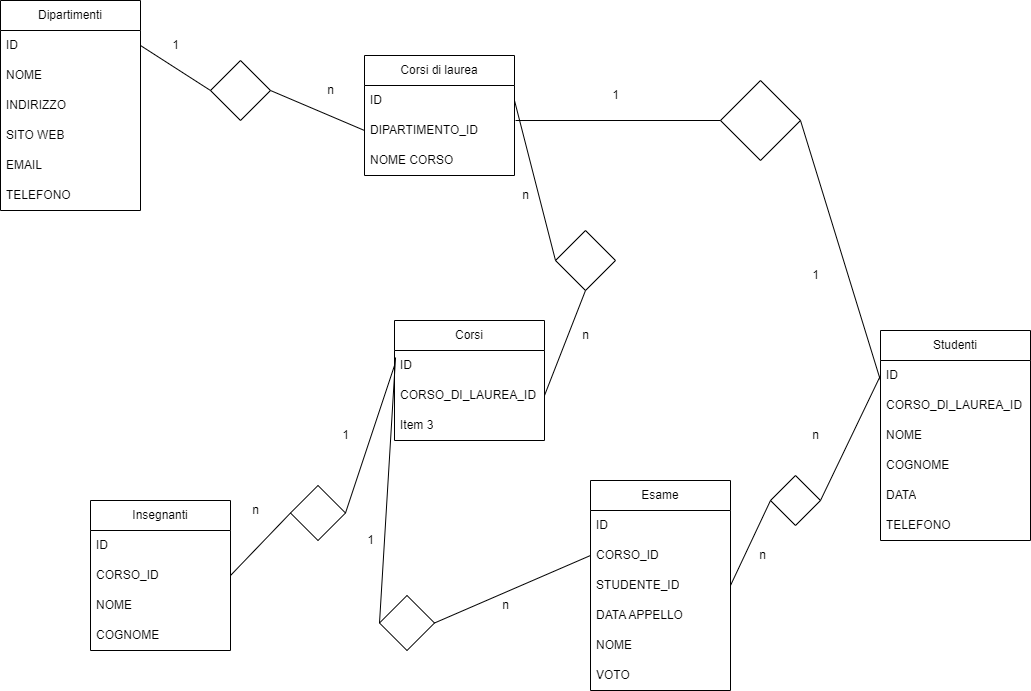
Before: db-universita.drawio.png, a diagram exported from draw.io (Frah01/db-university). Source tidied: cells renumbered, new cells last; positions are measured from the earlier drawing's top-left corner, leaving out a move shared by most shapes. The source it was exported from:
```xml
<mxGraphModel>
  <root>
    <mxCell id="0" />
    <mxCell id="1" parent="0" />
    <mxCell id="2" value="Dipartimenti" style="swimlane;fontStyle=0;horizontal=1;startSize=30;whiteSpace=wrap;html=1;" parent="1" vertex="1">
      <mxGeometry width="140" height="210" as="geometry" />
    </mxCell>
    <mxCell id="3" value="ID" style="text;strokeColor=none;fillColor=none;align=left;verticalAlign=middle;spacingLeft=4;spacingRight=4;overflow=hidden;points=[[0,0.5],[1,0.5]];portConstraint=eastwest;whiteSpace=wrap;html=1;" parent="2" vertex="1">
      <mxGeometry y="30" width="140" height="30" as="geometry" />
    </mxCell>
    <mxCell id="4" value="NOME" style="text;strokeColor=none;fillColor=none;align=left;verticalAlign=middle;spacingLeft=4;spacingRight=4;overflow=hidden;whiteSpace=wrap;html=1;" parent="2" vertex="1">
      <mxGeometry y="60" width="140" height="30" as="geometry" />
    </mxCell>
    <mxCell id="5" value="INDIRIZZO" style="text;strokeColor=none;fillColor=none;align=left;verticalAlign=middle;spacingLeft=4;spacingRight=4;overflow=hidden;whiteSpace=wrap;html=1;" parent="2" vertex="1">
      <mxGeometry y="90" width="140" height="30" as="geometry" />
    </mxCell>
    <mxCell id="6" value="SITO WEB" style="text;strokeColor=none;fillColor=none;align=left;verticalAlign=middle;spacingLeft=4;spacingRight=4;overflow=hidden;whiteSpace=wrap;html=1;" parent="2" vertex="1">
      <mxGeometry y="120" width="140" height="30" as="geometry" />
    </mxCell>
    <mxCell id="7" value="EMAIL" style="text;strokeColor=none;fillColor=none;align=left;verticalAlign=middle;spacingLeft=4;spacingRight=4;overflow=hidden;whiteSpace=wrap;html=1;" parent="2" vertex="1">
      <mxGeometry y="150" width="140" height="30" as="geometry" />
    </mxCell>
    <mxCell id="8" value="TELEFONO" style="text;strokeColor=none;fillColor=none;align=left;verticalAlign=middle;spacingLeft=4;spacingRight=4;overflow=hidden;whiteSpace=wrap;html=1;" parent="2" vertex="1">
      <mxGeometry y="180" width="140" height="30" as="geometry" />
    </mxCell>
    <mxCell id="9" value="Corsi di laurea" style="swimlane;fontStyle=0;horizontal=1;startSize=30;whiteSpace=wrap;html=1;" parent="1" vertex="1">
      <mxGeometry x="364" y="55" width="150" height="120" as="geometry" />
    </mxCell>
    <mxCell id="10" value="ID" style="text;strokeColor=none;fillColor=none;align=left;verticalAlign=middle;spacingLeft=4;spacingRight=4;overflow=hidden;points=[[0,0.5],[1,0.5]];portConstraint=eastwest;whiteSpace=wrap;html=1;" parent="9" vertex="1">
      <mxGeometry y="30" width="150" height="30" as="geometry" />
    </mxCell>
    <mxCell id="11" value="DIPARTIMENTO_ID" style="text;strokeColor=none;fillColor=none;align=left;verticalAlign=middle;spacingLeft=4;spacingRight=4;overflow=hidden;points=[[0,0.5],[1,0.5]];portConstraint=eastwest;whiteSpace=wrap;html=1;" parent="9" vertex="1">
      <mxGeometry y="60" width="150" height="30" as="geometry" />
    </mxCell>
    <mxCell id="12" value="NOME CORSO" style="text;strokeColor=none;fillColor=none;align=left;verticalAlign=middle;spacingLeft=4;spacingRight=4;overflow=hidden;whiteSpace=wrap;html=1;" parent="9" vertex="1">
      <mxGeometry y="90" width="150" height="30" as="geometry" />
    </mxCell>
    <mxCell id="13" style="rhombus;whiteSpace=wrap;html=1;" parent="1" vertex="1">
      <mxGeometry x="210" y="60" width="60" height="60" as="geometry" />
    </mxCell>
    <mxCell id="14" style="endArrow=none;html=1;rounded=0;entryX=0;entryY=0.5;entryDx=0;entryDy=0;exitX=1;exitY=0.5;exitDx=0;exitDy=0;" parent="1" edge="1" source="13" target="11">
      <mxGeometry relative="1" as="geometry" />
    </mxCell>
    <mxCell id="15" style="endArrow=none;html=1;rounded=0;entryX=0;entryY=0.5;entryDx=0;entryDy=0;exitX=1;exitY=0.5;exitDx=0;exitDy=0;" parent="1" edge="1" source="3" target="13">
      <mxGeometry relative="1" as="geometry" />
    </mxCell>
    <mxCell id="16" value="Corsi" style="swimlane;fontStyle=0;horizontal=1;startSize=30;whiteSpace=wrap;html=1;" parent="1" vertex="1">
      <mxGeometry x="394" y="320" width="150" height="120" as="geometry" />
    </mxCell>
    <mxCell id="17" value="ID" style="text;strokeColor=none;fillColor=none;align=left;verticalAlign=middle;spacingLeft=4;spacingRight=4;overflow=hidden;points=[[0,0.5],[1,0.5]];portConstraint=eastwest;whiteSpace=wrap;html=1;" parent="16" vertex="1">
      <mxGeometry y="30" width="150" height="30" as="geometry" />
    </mxCell>
    <mxCell id="18" value="CORSO_DI_LAUREA_ID" style="text;strokeColor=none;fillColor=none;align=left;verticalAlign=middle;spacingLeft=4;spacingRight=4;overflow=hidden;points=[[0,0.5],[1,0.5]];portConstraint=eastwest;whiteSpace=wrap;html=1;" parent="16" vertex="1">
      <mxGeometry y="60" width="150" height="30" as="geometry" />
    </mxCell>
    <mxCell id="19" value="Item 3" style="text;strokeColor=none;fillColor=none;align=left;verticalAlign=middle;spacingLeft=4;spacingRight=4;overflow=hidden;whiteSpace=wrap;html=1;" parent="16" vertex="1">
      <mxGeometry y="90" width="150" height="30" as="geometry" />
    </mxCell>
    <mxCell id="20" style="rhombus;whiteSpace=wrap;html=1;" parent="1" vertex="1">
      <mxGeometry x="555" y="230" width="60" height="60" as="geometry" />
    </mxCell>
    <mxCell id="21" style="endArrow=none;html=1;rounded=0;entryX=0.5;entryY=1;entryDx=0;entryDy=0;exitX=1;exitY=0.5;exitDx=0;exitDy=0;" parent="1" edge="1" source="18" target="20">
      <mxGeometry relative="1" as="geometry" />
    </mxCell>
    <mxCell id="22" style="endArrow=none;html=1;rounded=0;entryX=0;entryY=0.5;entryDx=0;entryDy=0;exitX=1;exitY=0.5;exitDx=0;exitDy=0;" parent="1" edge="1" source="10" target="20">
      <mxGeometry relative="1" as="geometry" />
    </mxCell>
    <mxCell id="23" value="1" style="text;html=1;align=center;verticalAlign=middle;fillColor=none;strokeColor=none;rounded=0;" parent="1" vertex="1">
      <mxGeometry x="160" y="30" width="30" height="30" as="geometry" />
    </mxCell>
    <mxCell id="24" value="n" style="text;html=1;align=center;verticalAlign=middle;fillColor=none;strokeColor=none;rounded=0;" parent="1" vertex="1">
      <mxGeometry x="315" y="75" width="30" height="30" as="geometry" />
    </mxCell>
    <mxCell id="25" value="n" style="text;html=1;align=center;verticalAlign=middle;fillColor=none;strokeColor=none;rounded=0;" parent="1" vertex="1">
      <mxGeometry x="800" y="420" width="30" height="30" as="geometry" />
    </mxCell>
    <mxCell id="26" value="n" style="text;html=1;align=center;verticalAlign=middle;fillColor=none;strokeColor=none;rounded=0;" parent="1" vertex="1">
      <mxGeometry x="570" y="320" width="30" height="30" as="geometry" />
    </mxCell>
    <mxCell id="27" value="Insegnanti" style="swimlane;fontStyle=0;horizontal=1;startSize=30;whiteSpace=wrap;html=1;" parent="1" vertex="1">
      <mxGeometry x="90" y="500" width="140" height="150" as="geometry" />
    </mxCell>
    <mxCell id="28" value="ID" style="text;strokeColor=none;fillColor=none;align=left;verticalAlign=middle;spacingLeft=4;spacingRight=4;overflow=hidden;whiteSpace=wrap;html=1;" parent="27" vertex="1">
      <mxGeometry y="30" width="140" height="30" as="geometry" />
    </mxCell>
    <mxCell id="29" value="CORSO_ID" style="text;strokeColor=none;fillColor=none;align=left;verticalAlign=middle;spacingLeft=4;spacingRight=4;overflow=hidden;points=[[0,0.5],[1,0.5]];portConstraint=eastwest;whiteSpace=wrap;html=1;" parent="27" vertex="1">
      <mxGeometry y="60" width="140" height="30" as="geometry" />
    </mxCell>
    <mxCell id="30" value="NOME" style="text;strokeColor=none;fillColor=none;align=left;verticalAlign=middle;spacingLeft=4;spacingRight=4;overflow=hidden;whiteSpace=wrap;html=1;" parent="27" vertex="1">
      <mxGeometry y="90" width="140" height="30" as="geometry" />
    </mxCell>
    <mxCell id="31" value="COGNOME" style="text;strokeColor=none;fillColor=none;align=left;verticalAlign=middle;spacingLeft=4;spacingRight=4;overflow=hidden;whiteSpace=wrap;html=1;" parent="27" vertex="1">
      <mxGeometry y="120" width="140" height="30" as="geometry" />
    </mxCell>
    <mxCell id="32" style="rhombus;whiteSpace=wrap;html=1;" parent="1" vertex="1">
      <mxGeometry x="290" y="485" width="55" height="55" as="geometry" />
    </mxCell>
    <mxCell id="33" style="endArrow=none;html=1;rounded=0;entryX=0;entryY=0.5;entryDx=0;entryDy=0;exitX=1;exitY=0.5;exitDx=0;exitDy=0;" parent="1" edge="1" source="32" target="17">
      <mxGeometry relative="1" as="geometry" />
    </mxCell>
    <mxCell id="34" style="endArrow=none;html=1;rounded=0;exitX=1;exitY=0.5;exitDx=0;exitDy=0;entryX=0;entryY=0.5;entryDx=0;entryDy=0;" parent="1" edge="1" source="29" target="32">
      <mxGeometry relative="1" as="geometry" />
    </mxCell>
    <mxCell id="35" value="n" style="text;html=1;align=center;verticalAlign=middle;fillColor=none;strokeColor=none;rounded=0;" parent="1" vertex="1">
      <mxGeometry x="240" y="495" width="30" height="30" as="geometry" />
    </mxCell>
    <mxCell id="36" value="1" style="text;html=1;align=center;verticalAlign=middle;fillColor=none;strokeColor=none;rounded=0;" parent="1" vertex="1">
      <mxGeometry x="330" y="420" width="30" height="30" as="geometry" />
    </mxCell>
    <mxCell id="37" value="Esame" style="swimlane;fontStyle=0;horizontal=1;startSize=30;whiteSpace=wrap;html=1;" parent="1" vertex="1">
      <mxGeometry x="590" y="480" width="140" height="210" as="geometry" />
    </mxCell>
    <mxCell id="38" value="ID" style="text;strokeColor=none;fillColor=none;align=left;verticalAlign=middle;spacingLeft=4;spacingRight=4;overflow=hidden;whiteSpace=wrap;html=1;" parent="37" vertex="1">
      <mxGeometry y="30" width="140" height="30" as="geometry" />
    </mxCell>
    <mxCell id="39" value="CORSO_ID" style="text;strokeColor=none;fillColor=none;align=left;verticalAlign=middle;spacingLeft=4;spacingRight=4;overflow=hidden;points=[[0,0.5],[1,0.5]];portConstraint=eastwest;whiteSpace=wrap;html=1;" parent="37" vertex="1">
      <mxGeometry y="60" width="140" height="30" as="geometry" />
    </mxCell>
    <mxCell id="40" value="STUDENTE_ID" style="text;strokeColor=none;fillColor=none;align=left;verticalAlign=middle;spacingLeft=4;spacingRight=4;overflow=hidden;points=[[0,0.5],[1,0.5]];portConstraint=eastwest;whiteSpace=wrap;html=1;" parent="37" vertex="1">
      <mxGeometry y="90" width="140" height="30" as="geometry" />
    </mxCell>
    <mxCell id="41" value="DATA APPELLO" style="text;strokeColor=none;fillColor=none;align=left;verticalAlign=middle;spacingLeft=4;spacingRight=4;overflow=hidden;whiteSpace=wrap;html=1;" parent="37" vertex="1">
      <mxGeometry y="120" width="140" height="30" as="geometry" />
    </mxCell>
    <mxCell id="42" value="NOME" style="text;strokeColor=none;fillColor=none;align=left;verticalAlign=middle;spacingLeft=4;spacingRight=4;overflow=hidden;whiteSpace=wrap;html=1;" parent="37" vertex="1">
      <mxGeometry y="150" width="140" height="30" as="geometry" />
    </mxCell>
    <mxCell id="43" value="VOTO" style="text;strokeColor=none;fillColor=none;align=left;verticalAlign=middle;spacingLeft=4;spacingRight=4;overflow=hidden;whiteSpace=wrap;html=1;" parent="37" vertex="1">
      <mxGeometry y="180" width="140" height="30" as="geometry" />
    </mxCell>
    <mxCell id="44" style="rhombus;whiteSpace=wrap;html=1;" parent="1" vertex="1">
      <mxGeometry x="379" y="595" width="55" height="55" as="geometry" />
    </mxCell>
    <mxCell id="45" style="endArrow=none;html=1;rounded=0;entryX=0;entryY=0.5;entryDx=0;entryDy=0;exitX=1;exitY=0.5;exitDx=0;exitDy=0;" parent="1" edge="1" source="44" target="39">
      <mxGeometry relative="1" as="geometry" />
    </mxCell>
    <mxCell id="46" style="endArrow=none;html=1;rounded=0;exitX=0;exitY=0.5;exitDx=0;exitDy=0;entryX=0.007;entryY=0.233;entryDx=0;entryDy=0;entryPerimeter=0;" parent="1" edge="1" source="44" target="17">
      <mxGeometry relative="1" as="geometry" />
    </mxCell>
    <mxCell id="47" value="n" style="text;html=1;align=center;verticalAlign=middle;fillColor=none;strokeColor=none;rounded=0;" parent="1" vertex="1">
      <mxGeometry x="490" y="590" width="30" height="30" as="geometry" />
    </mxCell>
    <mxCell id="48" value="1" style="text;html=1;align=center;verticalAlign=middle;fillColor=none;strokeColor=none;rounded=0;" parent="1" vertex="1">
      <mxGeometry x="355" y="525" width="30" height="30" as="geometry" />
    </mxCell>
    <mxCell id="49" value="Studenti" style="swimlane;fontStyle=0;horizontal=1;startSize=30;whiteSpace=wrap;html=1;" parent="1" vertex="1">
      <mxGeometry x="880" y="330" width="150" height="210" as="geometry" />
    </mxCell>
    <mxCell id="50" value="ID" style="text;strokeColor=none;fillColor=none;align=left;verticalAlign=middle;spacingLeft=4;spacingRight=4;overflow=hidden;points=[[0,0.5],[1,0.5]];portConstraint=eastwest;whiteSpace=wrap;html=1;" parent="49" vertex="1">
      <mxGeometry y="30" width="150" height="30" as="geometry" />
    </mxCell>
    <mxCell id="51" value="CORSO_DI_LAUREA_ID" style="text;strokeColor=none;fillColor=none;align=left;verticalAlign=middle;spacingLeft=4;spacingRight=4;overflow=hidden;points=[[0,0.5],[1,0.5]];portConstraint=eastwest;whiteSpace=wrap;html=1;" parent="49" vertex="1">
      <mxGeometry y="60" width="150" height="30" as="geometry" />
    </mxCell>
    <mxCell id="52" value="NOME" style="text;strokeColor=none;fillColor=none;align=left;verticalAlign=middle;spacingLeft=4;spacingRight=4;overflow=hidden;whiteSpace=wrap;html=1;" parent="49" vertex="1">
      <mxGeometry y="90" width="150" height="30" as="geometry" />
    </mxCell>
    <mxCell id="53" value="COGNOME" style="text;strokeColor=none;fillColor=none;align=left;verticalAlign=middle;spacingLeft=4;spacingRight=4;overflow=hidden;whiteSpace=wrap;html=1;" parent="49" vertex="1">
      <mxGeometry y="120" width="150" height="30" as="geometry" />
    </mxCell>
    <mxCell id="54" value="DATA" style="text;strokeColor=none;fillColor=none;align=left;verticalAlign=middle;spacingLeft=4;spacingRight=4;overflow=hidden;whiteSpace=wrap;html=1;" parent="49" vertex="1">
      <mxGeometry y="150" width="150" height="30" as="geometry" />
    </mxCell>
    <mxCell id="55" value="TELEFONO" style="text;strokeColor=none;fillColor=none;align=left;verticalAlign=middle;spacingLeft=4;spacingRight=4;overflow=hidden;whiteSpace=wrap;html=1;" parent="49" vertex="1">
      <mxGeometry y="180" width="150" height="30" as="geometry" />
    </mxCell>
    <mxCell id="56" style="rhombus;whiteSpace=wrap;html=1;" parent="1" vertex="1">
      <mxGeometry x="720" y="80" width="80" height="80" as="geometry" />
    </mxCell>
    <mxCell id="57" style="endArrow=none;html=1;rounded=0;entryX=0;entryY=0.5;entryDx=0;entryDy=0;exitX=1.007;exitY=0.167;exitDx=0;exitDy=0;exitPerimeter=0;" parent="1" edge="1" source="11" target="56">
      <mxGeometry relative="1" as="geometry" />
    </mxCell>
    <mxCell id="58" style="endArrow=none;html=1;rounded=0;entryX=1;entryY=0.5;entryDx=0;entryDy=0;" parent="1" edge="1" target="56">
      <mxGeometry relative="1" as="geometry">
        <mxPoint x="880" y="380" as="sourcePoint" />
      </mxGeometry>
    </mxCell>
    <mxCell id="59" value="1&lt;br&gt;" style="text;html=1;align=center;verticalAlign=middle;fillColor=none;strokeColor=none;rounded=0;" parent="1" vertex="1">
      <mxGeometry x="800" y="260" width="30" height="30" as="geometry" />
    </mxCell>
    <mxCell id="60" value="1" style="text;html=1;align=center;verticalAlign=middle;fillColor=none;strokeColor=none;rounded=0;" parent="1" vertex="1">
      <mxGeometry x="600" y="80" width="30" height="30" as="geometry" />
    </mxCell>
    <mxCell id="61" style="rhombus;whiteSpace=wrap;html=1;" parent="1" vertex="1">
      <mxGeometry x="770" y="475" width="50" height="50" as="geometry" />
    </mxCell>
    <mxCell id="62" style="endArrow=none;html=1;rounded=0;exitX=1;exitY=0.5;exitDx=0;exitDy=0;entryX=0;entryY=0.5;entryDx=0;entryDy=0;" parent="1" edge="1" source="61" target="50">
      <mxGeometry relative="1" as="geometry" />
    </mxCell>
    <mxCell id="63" value="n" style="text;html=1;align=center;verticalAlign=middle;fillColor=none;strokeColor=none;rounded=0;" parent="1" vertex="1">
      <mxGeometry x="747" y="540" width="30" height="30" as="geometry" />
    </mxCell>
    <mxCell id="64" style="endArrow=none;html=1;rounded=0;entryX=0;entryY=0.5;entryDx=0;entryDy=0;exitX=1;exitY=0.5;exitDx=0;exitDy=0;" parent="1" edge="1" source="40" target="61">
      <mxGeometry relative="1" as="geometry" />
    </mxCell>
    <mxCell id="65" value="n" style="text;html=1;align=center;verticalAlign=middle;fillColor=none;strokeColor=none;rounded=0;" parent="1" vertex="1">
      <mxGeometry x="510" y="180" width="30" height="30" as="geometry" />
    </mxCell>
  </root>
</mxGraphModel>
```
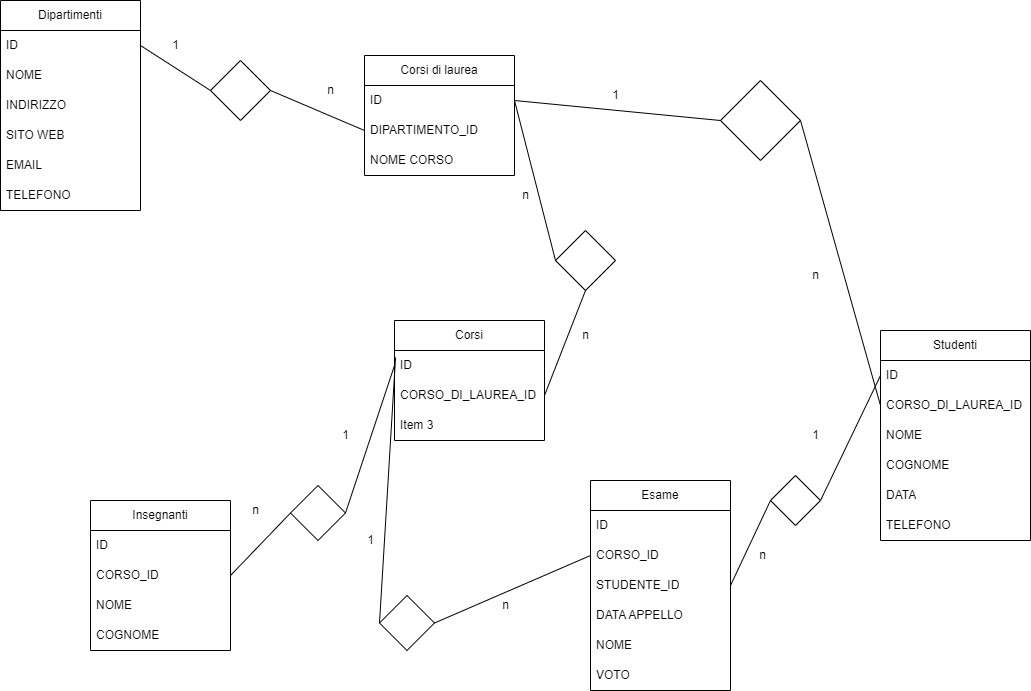
Later version of the same file.

The edit, as a diff of the source:
```diff
@@ -65,13 +65,13 @@
     <mxCell id="22" style="endArrow=none;html=1;rounded=0;entryX=0;entryY=0.5;entryDx=0;entryDy=0;exitX=1;exitY=0.5;exitDx=0;exitDy=0;" parent="1" edge="1" source="10" target="20">
       <mxGeometry relative="1" as="geometry" />
     </mxCell>
-    <mxCell id="23" value="1" style="text;html=1;align=center;verticalAlign=middle;fillColor=none;strokeColor=none;rounded=0;" parent="1" vertex="1">
+    <mxCell id="23" value="1&lt;br&gt;" style="text;html=1;align=center;verticalAlign=middle;fillColor=none;strokeColor=none;rounded=0;" parent="1" vertex="1">
       <mxGeometry x="160" y="30" width="30" height="30" as="geometry" />
     </mxCell>
     <mxCell id="24" value="n" style="text;html=1;align=center;verticalAlign=middle;fillColor=none;strokeColor=none;rounded=0;" parent="1" vertex="1">
       <mxGeometry x="315" y="75" width="30" height="30" as="geometry" />
     </mxCell>
-    <mxCell id="25" value="n" style="text;html=1;align=center;verticalAlign=middle;fillColor=none;strokeColor=none;rounded=0;" parent="1" vertex="1">
+    <mxCell id="25" value="1" style="text;html=1;align=center;verticalAlign=middle;fillColor=none;strokeColor=none;rounded=0;" parent="1" vertex="1">
       <mxGeometry x="800" y="420" width="30" height="30" as="geometry" />
     </mxCell>
     <mxCell id="26" value="n" style="text;html=1;align=center;verticalAlign=middle;fillColor=none;strokeColor=none;rounded=0;" parent="1" vertex="1">
@@ -167,15 +167,13 @@
     <mxCell id="56" style="rhombus;whiteSpace=wrap;html=1;" parent="1" vertex="1">
       <mxGeometry x="720" y="80" width="80" height="80" as="geometry" />
     </mxCell>
-    <mxCell id="57" style="endArrow=none;html=1;rounded=0;entryX=0;entryY=0.5;entryDx=0;entryDy=0;exitX=1.007;exitY=0.167;exitDx=0;exitDy=0;exitPerimeter=0;" parent="1" edge="1" source="11" target="56">
+    <mxCell id="57" style="endArrow=none;html=1;rounded=0;entryX=0;entryY=0.5;entryDx=0;entryDy=0;exitX=1;exitY=0.5;exitDx=0;exitDy=0;" parent="1" edge="1" source="10" target="56">
       <mxGeometry relative="1" as="geometry" />
     </mxCell>
-    <mxCell id="58" style="endArrow=none;html=1;rounded=0;entryX=1;entryY=0.5;entryDx=0;entryDy=0;" parent="1" edge="1" target="56">
-      <mxGeometry relative="1" as="geometry">
-        <mxPoint x="880" y="380" as="sourcePoint" />
-      </mxGeometry>
+    <mxCell id="58" style="endArrow=none;html=1;rounded=0;entryX=1;entryY=0.5;entryDx=0;entryDy=0;exitX=0;exitY=0.5;exitDx=0;exitDy=0;" parent="1" edge="1" source="51" target="56">
+      <mxGeometry relative="1" as="geometry" />
     </mxCell>
-    <mxCell id="59" value="1&lt;br&gt;" style="text;html=1;align=center;verticalAlign=middle;fillColor=none;strokeColor=none;rounded=0;" parent="1" vertex="1">
+    <mxCell id="59" value="n" style="text;html=1;align=center;verticalAlign=middle;fillColor=none;strokeColor=none;rounded=0;" parent="1" vertex="1">
       <mxGeometry x="800" y="260" width="30" height="30" as="geometry" />
     </mxCell>
     <mxCell id="60" value="1" style="text;html=1;align=center;verticalAlign=middle;fillColor=none;strokeColor=none;rounded=0;" parent="1" vertex="1">
```
